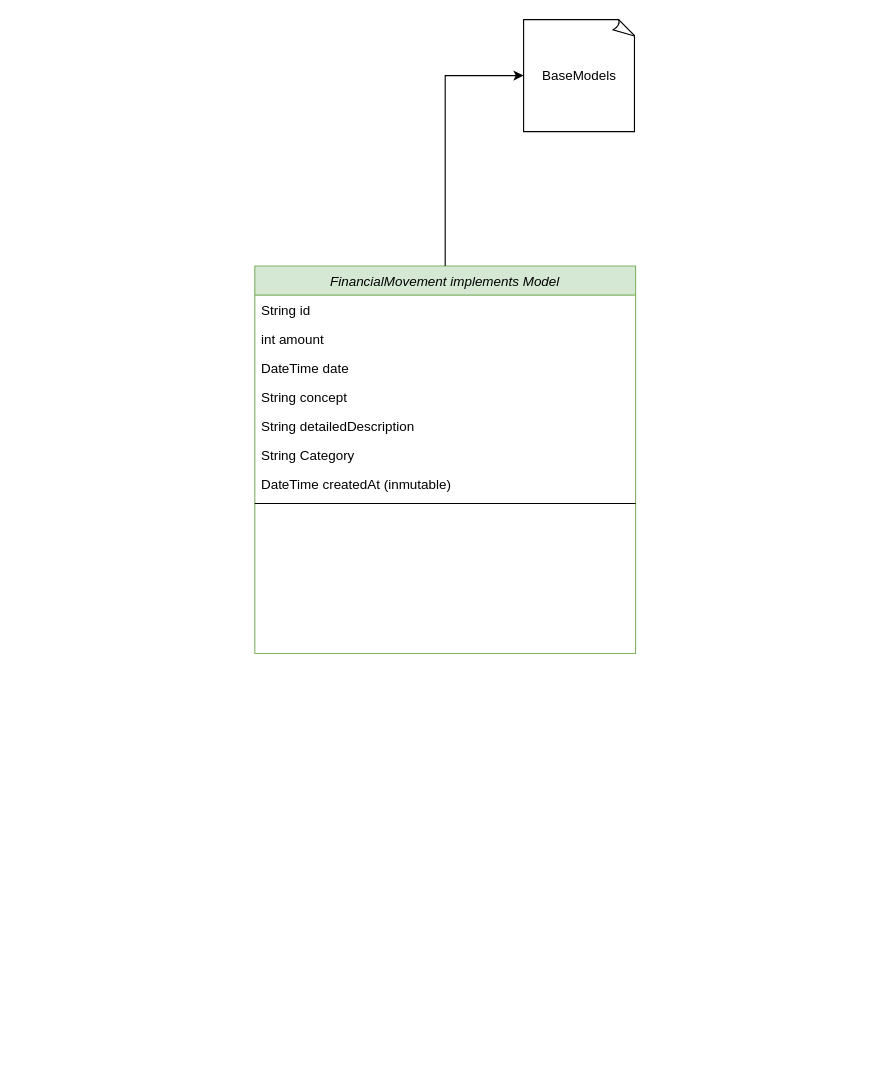
Above: page "financial" (15 of 15) of uml/uml_diagrams.drawio in grupo-jocaagura/jocaagura_domain (draw.io), before the change. Source tidied: cells renumbered, new cells numbered last; positions are measured from the earlier drawing's top-left corner, leaving out a move shared by most shapes. Both pictures are drawn from the tidied source at 112%, with x=0, y=0 at pixel (254, 19).
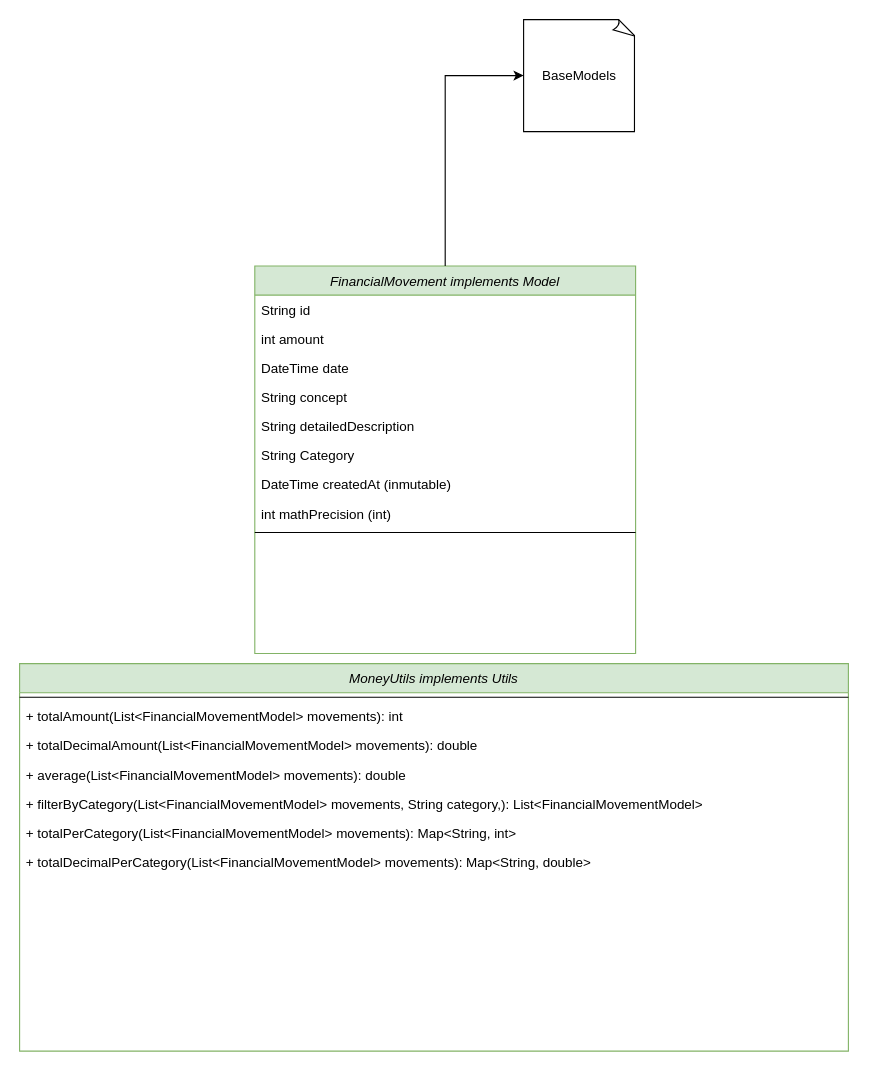
After the change.

Unchanged cells that the change refers to:
```xml
<mxCell id="3" value="FinancialMovement implements Model" style="swimlane;fontStyle=2;align=center;verticalAlign=top;horizontal=1;startSize=26;rounded=0;shadow=0;strokeWidth=1;fillColor=#d5e8d4;strokeColor=#82b366;" parent="1" vertex="1">
  <mxGeometry y="220" width="340" height="346" as="geometry" />
</mxCell>
```

The edit, as a diff of the source:
```diff
@@
+    <mxCell id="13" value="int mathPrecision (int)" style="text;align=left;verticalAlign=top;spacingLeft=4;spacingRight=4;overflow=hidden;" parent="3" vertex="1">
+      <mxGeometry y="208" width="340" height="26" as="geometry" />
+    </mxCell>
     <mxCell id="11" value="&lt;div&gt;&lt;br&gt;&lt;/div&gt;&lt;div&gt;&lt;br&gt;&lt;/div&gt;" style="line;html=1;strokeWidth=1;align=left;verticalAlign=middle;spacingTop=-1;spacingLeft=3;spacingRight=3;labelPosition=right;" parent="3" vertex="1">
-      <mxGeometry y="208" width="340" height="8" as="geometry" />
+      <mxGeometry y="234" width="340" height="8" as="geometry" />
     </mxCell>
@@
+    <mxCell id="14" value="MoneyUtils implements Utils" style="swimlane;fontStyle=2;align=center;verticalAlign=top;horizontal=1;startSize=26;rounded=0;shadow=0;strokeWidth=1;fillColor=#d5e8d4;strokeColor=#82b366;" parent="1" vertex="1">
+      <mxGeometry x="-210" y="575" width="740" height="346" as="geometry" />
+    </mxCell>
+    <mxCell id="15" value="&lt;div&gt;&lt;br&gt;&lt;/div&gt;&lt;div&gt;&lt;br&gt;&lt;/div&gt;" style="line;html=1;strokeWidth=1;align=left;verticalAlign=middle;spacingTop=-1;spacingLeft=3;spacingRight=3;labelPosition=right;" parent="14" vertex="1">
+      <mxGeometry y="26" width="740" height="8" as="geometry" />
+    </mxCell>
+    <mxCell id="16" value="+ totalAmount(List&lt;FinancialMovementModel&gt; movements): int" style="text;align=left;verticalAlign=top;spacingLeft=4;spacingRight=4;overflow=hidden;" parent="14" vertex="1">
+      <mxGeometry y="34" width="740" height="26" as="geometry" />
+    </mxCell>
+    <mxCell id="17" value="+ totalDecimalAmount(List&lt;FinancialMovementModel&gt; movements): double" style="text;align=left;verticalAlign=top;spacingLeft=4;spacingRight=4;overflow=hidden;" parent="14" vertex="1">
+      <mxGeometry y="60" width="740" height="26" as="geometry" />
+    </mxCell>
+    <mxCell id="18" value="+ average(List&lt;FinancialMovementModel&gt; movements): double" style="text;align=left;verticalAlign=top;spacingLeft=4;spacingRight=4;overflow=hidden;" parent="14" vertex="1">
+      <mxGeometry y="86" width="740" height="26" as="geometry" />
+    </mxCell>
+    <mxCell id="19" value="+ filterByCategory(List&lt;FinancialMovementModel&gt; movements, String category,): List&lt;FinancialMovementModel&gt;" style="text;align=left;verticalAlign=top;spacingLeft=4;spacingRight=4;overflow=hidden;" parent="14" vertex="1">
+      <mxGeometry y="112" width="740" height="26" as="geometry" />
+    </mxCell>
+    <mxCell id="20" value="+ totalPerCategory(List&lt;FinancialMovementModel&gt; movements): Map&lt;String, int&gt;" style="text;align=left;verticalAlign=top;spacingLeft=4;spacingRight=4;overflow=hidden;" parent="14" vertex="1">
+      <mxGeometry y="138" width="740" height="26" as="geometry" />
+    </mxCell>
+    <mxCell id="21" value="+ totalDecimalPerCategory(List&lt;FinancialMovementModel&gt; movements): Map&lt;String, double&gt;" style="text;align=left;verticalAlign=top;spacingLeft=4;spacingRight=4;overflow=hidden;" parent="14" vertex="1">
+      <mxGeometry y="164" width="740" height="26" as="geometry" />
+    </mxCell>
```
